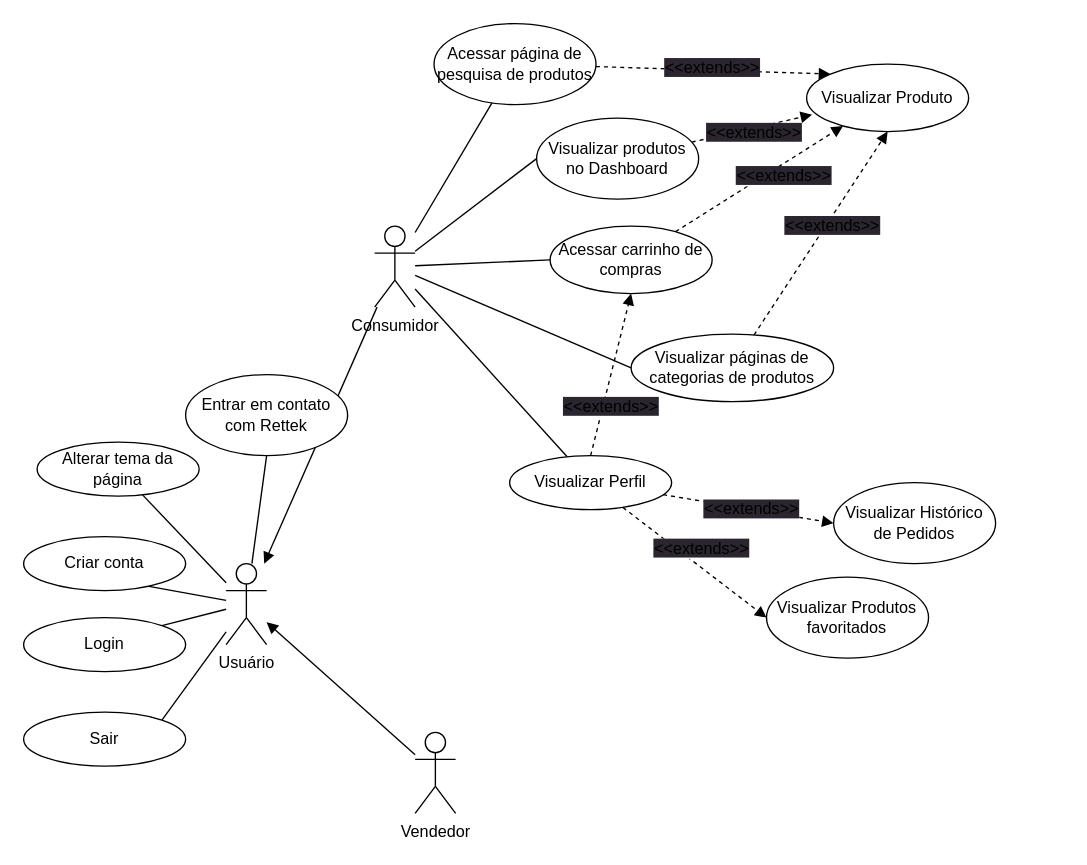
Earlier version of the draw.io diagram UseCaseDiagram.drawio (rettek-org/rettek-docs). Source tidied: cells renumbered, new cells numbered last; positions are measured from the earlier drawing's top-left corner, leaving out a move shared by most shapes. Both pictures are drawn from the tidied source at 135%, with x=0, y=0 at pixel (23, 23).
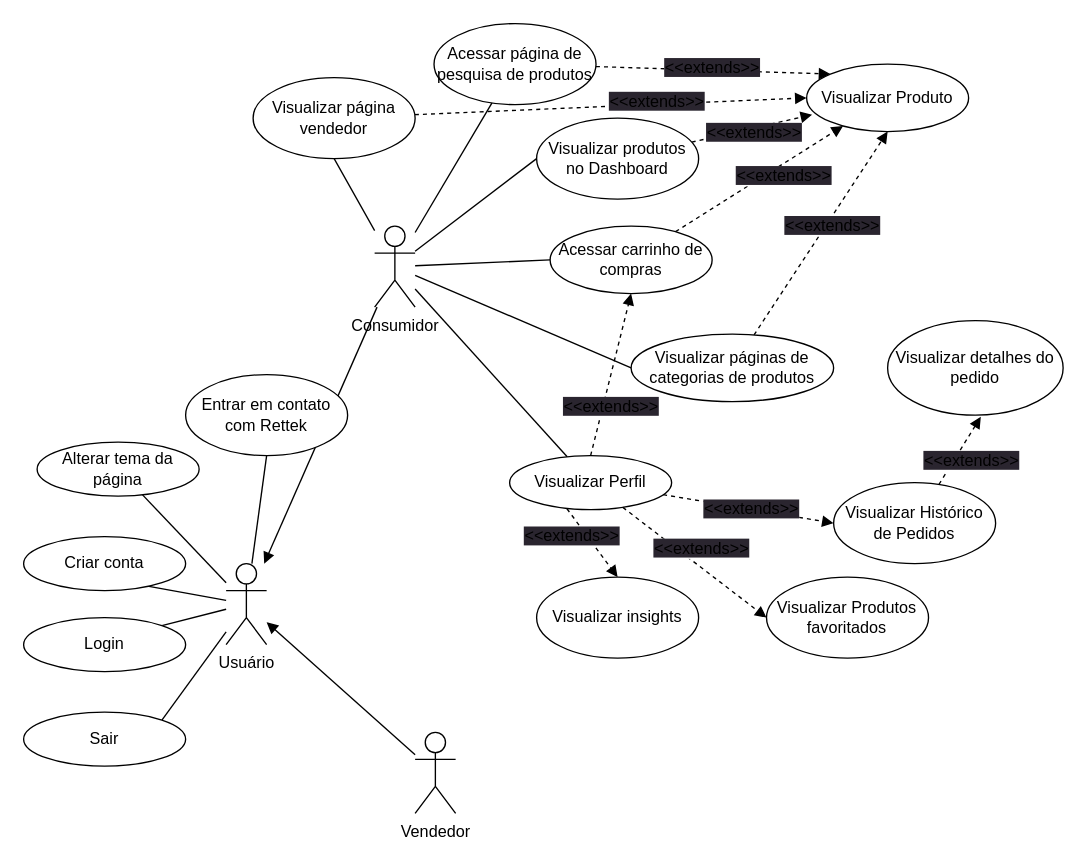
Above is the later version.

Commit message:
feat: add information to the consumer route

The change refers to these unchanged cells:
```xml
<mxCell id="8" value="Consumidor" style="shape=umlActor;verticalLabelPosition=bottom;verticalAlign=top;html=1;outlineConnect=0;" parent="1" vertex="1">
  <mxGeometry x="260" y="150" width="30" height="60" as="geometry" />
</mxCell>
<mxCell id="31" value="Visualizar Produto" style="ellipse;whiteSpace=wrap;html=1;" parent="1" vertex="1">
  <mxGeometry x="580" y="30" width="120" height="50" as="geometry" />
</mxCell>
<mxCell id="37" value="Visualizar Perfil" style="ellipse;whiteSpace=wrap;html=1;" parent="1" vertex="1">
  <mxGeometry x="360" y="320" width="120" height="40" as="geometry" />
</mxCell>
<mxCell id="38" value="Visualizar Histórico de Pedidos" style="ellipse;whiteSpace=wrap;html=1;" parent="1" vertex="1">
  <mxGeometry x="600" y="340" width="120" height="60" as="geometry" />
</mxCell>
```

What changed in the source:
```diff
@@
+    <mxCell id="44" style="edgeStyle=none;html=1;endArrow=none;endFill=0;entryX=0.5;entryY=1;entryDx=0;entryDy=0;" parent="1" edge="1" source="8" target="53">
+      <mxGeometry relative="1" as="geometry" />
+    </mxCell>
@@
+    <mxCell id="45" style="edgeStyle=none;html=1;dashed=1;endArrow=block;endFill=1;entryX=0.531;entryY=1.018;entryDx=0;entryDy=0;entryPerimeter=0;" parent="1" edge="1" source="38" target="47">
+      <mxGeometry relative="1" as="geometry" />
+    </mxCell>
+    <mxCell id="46" value="&lt;span style=&quot;font-size: 12px; background-color: rgb(42, 37, 47);&quot;&gt;&amp;lt;&amp;lt;extends&amp;gt;&amp;gt;&lt;/span&gt;" style="edgeLabel;html=1;align=center;verticalAlign=middle;" parent="45" vertex="1">
+      <mxGeometry x="-0.37" y="-2" relative="1" as="geometry">
+        <mxPoint x="12" y="-3" as="offset" />
+      </mxGeometry>
+    </mxCell>
@@
+    <mxCell id="47" value="Visualizar detalhes do pedido" style="ellipse;whiteSpace=wrap;html=1;" parent="1" vertex="1">
+      <mxGeometry x="640" y="220" width="130" height="70" as="geometry" />
+    </mxCell>
+    <mxCell id="48" style="edgeStyle=none;html=1;endArrow=block;endFill=1;dashed=1;entryX=0.5;entryY=0;entryDx=0;entryDy=0;exitX=0.354;exitY=0.984;exitDx=0;exitDy=0;exitPerimeter=0;" parent="1" edge="1" source="37" target="50">
+      <mxGeometry relative="1" as="geometry" />
+    </mxCell>
+    <mxCell id="49" value="&lt;span style=&quot;font-size: 12px; background-color: rgb(42, 37, 47);&quot;&gt;&amp;lt;&amp;lt;extends&amp;gt;&amp;gt;&lt;/span&gt;" style="edgeLabel;html=1;align=center;verticalAlign=middle;" parent="48" vertex="1">
+      <mxGeometry x="-0.34" y="-2" relative="1" as="geometry">
+        <mxPoint x="-8" y="2" as="offset" />
+      </mxGeometry>
+    </mxCell>
+    <mxCell id="50" value="Visualizar insights" style="ellipse;whiteSpace=wrap;html=1;" parent="1" vertex="1">
+      <mxGeometry x="380" y="410" width="120" height="60" as="geometry" />
+    </mxCell>
+    <mxCell id="51" style="edgeStyle=none;html=1;entryX=0;entryY=0.5;entryDx=0;entryDy=0;endArrow=block;endFill=1;dashed=1;" parent="1" edge="1" source="53" target="31">
+      <mxGeometry relative="1" as="geometry" />
+    </mxCell>
+    <mxCell id="52" value="&lt;span style=&quot;font-size: 12px; background-color: rgb(42, 37, 47);&quot;&gt;&amp;lt;&amp;lt;extends&amp;gt;&amp;gt;&lt;/span&gt;" style="edgeLabel;html=1;align=center;verticalAlign=middle;" parent="51" vertex="1">
+      <mxGeometry x="0.23" y="2" relative="1" as="geometry" />
+    </mxCell>
+    <mxCell id="53" value="Visualizar página vendedor" style="ellipse;whiteSpace=wrap;html=1;" parent="1" vertex="1">
+      <mxGeometry x="170" y="40" width="120" height="60" as="geometry" />
+    </mxCell>
```
